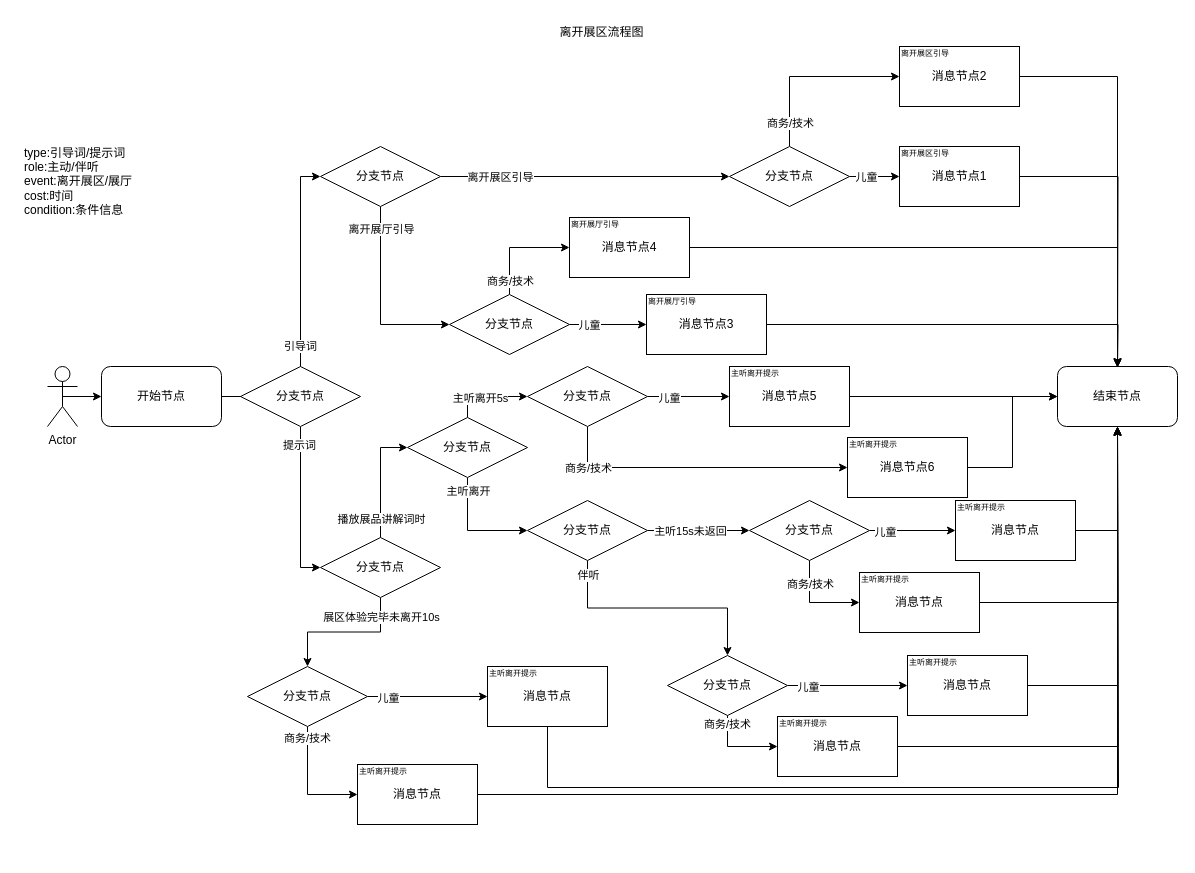
Earlier version of the draw.io diagram 8.离开展厅.drawio (huaxiaojilzg/workflow_draw). Source tidied: cells renumbered, new cells numbered last; positions are measured from the earlier drawing's top-left corner, leaving out a move shared by most shapes. Both pictures are drawn from the tidied source at 100%, with x=0, y=0 at pixel (22, 17).
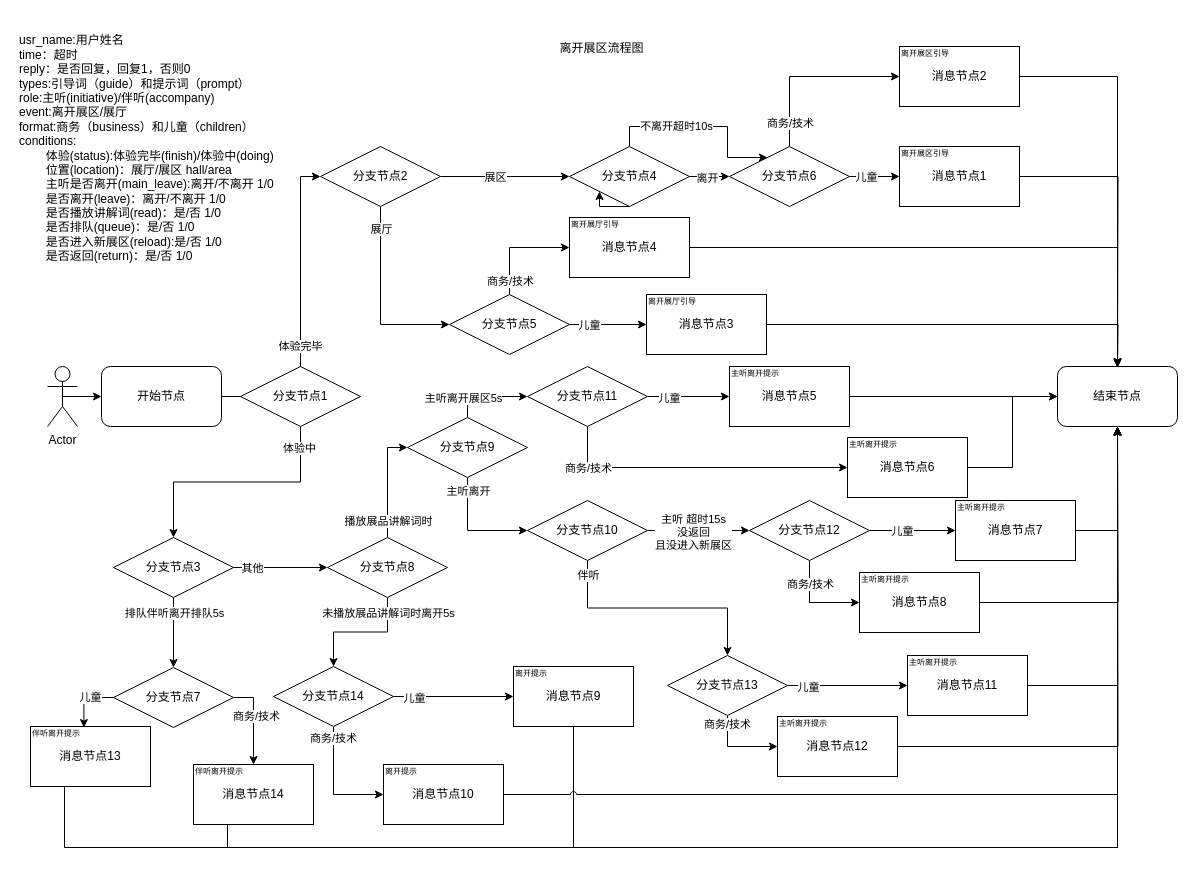
The same diagram, later.

Commit message:
更新8.离开展厅.drawio

The change refers to these unchanged cells:
```xml
<mxCell id="7" style="edgeStyle=orthogonalEdgeStyle;rounded=0;jettySize=auto;html=1;exitX=0.5;exitY=0;exitDx=0;exitDy=0;entryX=0;entryY=0.5;entryDx=0;entryDy=0;" parent="1" edge="1" source="11" target="39">
  <mxGeometry relative="1" as="geometry" />
</mxCell>
<mxCell id="35" style="edgeStyle=orthogonalEdgeStyle;rounded=0;jettySize=auto;html=1;exitX=0.5;exitY=1;exitDx=0;exitDy=0;entryX=0;entryY=0.5;entryDx=0;entryDy=0;" parent="1" edge="1" source="39" target="28">
  <mxGeometry relative="1" as="geometry" />
</mxCell>
<mxCell id="40" value="结束节点" style="rounded=1;whiteSpace=wrap;html=1;" parent="1" vertex="1">
  <mxGeometry x="1035" y="349" width="120" height="60" as="geometry" />
</mxCell>
<mxCell id="41" style="edgeStyle=orthogonalEdgeStyle;rounded=0;jettySize=auto;html=1;entryX=0;entryY=0.5;entryDx=0;entryDy=0;" parent="1" edge="1" source="45" target="50">
  <mxGeometry relative="1" as="geometry" />
</mxCell>
<mxCell id="59" style="edgeStyle=orthogonalEdgeStyle;rounded=0;jettySize=auto;html=1;exitX=0.5;exitY=1;exitDx=0;exitDy=0;entryX=0.5;entryY=0;entryDx=0;entryDy=0;" parent="1" edge="1" source="61" target="93">
  <mxGeometry relative="1" as="geometry" />
</mxCell>
<mxCell id="62" style="edgeStyle=orthogonalEdgeStyle;rounded=0;jettySize=auto;html=1;exitX=1;exitY=0.5;exitDx=0;exitDy=0;" parent="1" edge="1" source="66" target="82">
  <mxGeometry relative="1" as="geometry" />
</mxCell>
<mxCell id="78" style="edgeStyle=orthogonalEdgeStyle;rounded=0;jettySize=auto;html=1;exitX=1;exitY=0.5;exitDx=0;exitDy=0;entryX=0;entryY=0.5;entryDx=0;entryDy=0;" parent="1" edge="1" source="82" target="84">
  <mxGeometry relative="1" as="geometry" />
</mxCell>
```

Change to the diagram source:
```diff
@@
-    <mxCell id="6" value="type:引导词/提示词&lt;div&gt;role:主动/伴听&lt;/div&gt;&lt;div&gt;event:离开展区/展厅&lt;/div&gt;&lt;div&gt;cost:时间&lt;/div&gt;&lt;div&gt;condition:条件信息&lt;/div&gt;" style="text;html=1;align=left;verticalAlign=middle;strokeColor=none;fillColor=none;" parent="1" vertex="1">
-      <mxGeometry y="119" width="130" height="90" as="geometry" />
-    </mxCell>
@@
-    <mxCell id="8" value="引导词" style="edgeLabel;html=1;align=center;verticalAlign=middle;" parent="7" vertex="1">
+    <mxCell id="8" value="体验完毕" style="edgeLabel;html=1;align=center;verticalAlign=middle;" parent="7" vertex="1">
       <mxGeometry x="-0.8" y="1" relative="1" as="geometry" />
     </mxCell>
-    <mxCell id="9" style="edgeStyle=orthogonalEdgeStyle;rounded=0;jettySize=auto;html=1;exitX=0.5;exitY=1;exitDx=0;exitDy=0;entryX=0;entryY=0.5;entryDx=0;entryDy=0;" parent="1" edge="1" source="11" target="61">
+    <mxCell id="9" style="edgeStyle=orthogonalEdgeStyle;rounded=0;jettySize=auto;html=1;exitX=0.5;exitY=1;exitDx=0;exitDy=0;entryX=0.5;entryY=0;entryDx=0;entryDy=0;" parent="1" edge="1" source="11" target="102">
       <mxGeometry relative="1" as="geometry" />
     </mxCell>
-    <mxCell id="10" value="提示词" style="edgeLabel;html=1;align=center;verticalAlign=middle;" parent="9" vertex="1">
-      <mxGeometry x="-0.78" y="-2" relative="1" as="geometry" />
+    <mxCell id="10" value="体验中" style="edgeLabel;html=1;align=center;verticalAlign=middle;" parent="9" vertex="1">
+      <mxGeometry x="-0.78" y="-2" relative="1" as="geometry">
+        <mxPoint y="-5" as="offset" />
+      </mxGeometry>
     </mxCell>
-    <mxCell id="11" value="分支节点" style="rhombus;whiteSpace=wrap;html=1;" parent="1" vertex="1">
+    <mxCell id="11" value="分支节点1" style="rhombus;whiteSpace=wrap;html=1;" parent="1" vertex="1">
       <mxGeometry x="218" y="349" width="120" height="60" as="geometry" />
     </mxCell>
     <mxCell id="12" value="离开展区流程图" style="text;html=1;align=center;verticalAlign=middle;whiteSpace=wrap;rounded=0;" parent="1" vertex="1">
-      <mxGeometry x="447" width="265" height="30" as="geometry" />
+      <mxGeometry x="447" y="16" width="265" height="30" as="geometry" />
     </mxCell>
@@
-    <mxCell id="17" value="分支节点" style="rhombus;whiteSpace=wrap;html=1;" parent="1" vertex="1">
+    <mxCell id="17" value="分支节点6" style="rhombus;whiteSpace=wrap;html=1;" parent="1" vertex="1">
       <mxGeometry x="707" y="129" width="120" height="60" as="geometry" />
     </mxCell>
@@
-    <mxCell id="28" value="分支节点" style="rhombus;whiteSpace=wrap;html=1;" parent="1" vertex="1">
+    <mxCell id="28" value="分支节点5" style="rhombus;whiteSpace=wrap;html=1;" parent="1" vertex="1">
       <mxGeometry x="427" y="277" width="120" height="60" as="geometry" />
     </mxCell>
@@
-    <mxCell id="36" value="离开展厅引导" style="edgeLabel;html=1;align=center;verticalAlign=middle;" parent="35" vertex="1">
+    <mxCell id="36" value="展厅" style="edgeLabel;html=1;align=center;verticalAlign=middle;" parent="35" vertex="1">
       <mxGeometry x="-0.76" relative="1" as="geometry" />
     </mxCell>
-    <mxCell id="37" style="edgeStyle=orthogonalEdgeStyle;rounded=0;jettySize=auto;html=1;exitX=1;exitY=0.5;exitDx=0;exitDy=0;entryX=0;entryY=0.5;entryDx=0;entryDy=0;" parent="1" edge="1" source="39" target="17">
+    <mxCell id="37" style="edgeStyle=orthogonalEdgeStyle;rounded=0;jettySize=auto;html=1;exitX=1;exitY=0.5;exitDx=0;exitDy=0;entryX=0;entryY=0.5;entryDx=0;entryDy=0;" parent="1" edge="1" source="39" target="120">
       <mxGeometry relative="1" as="geometry" />
     </mxCell>
-    <mxCell id="38" value="离开展区引导" style="edgeLabel;html=1;align=center;verticalAlign=middle;" parent="37" vertex="1">
+    <mxCell id="38" value="展区" style="edgeLabel;html=1;align=center;verticalAlign=middle;" parent="37" vertex="1">
       <mxGeometry x="-0.93" relative="1" as="geometry">
         <mxPoint x="49" as="offset" />
       </mxGeometry>
     </mxCell>
-    <mxCell id="39" value="分支节点" style="rhombus;whiteSpace=wrap;html=1;" parent="1" vertex="1">
+    <mxCell id="39" value="分支节点2" style="rhombus;whiteSpace=wrap;html=1;" parent="1" vertex="1">
       <mxGeometry x="298" y="129" width="120" height="60" as="geometry" />
     </mxCell>
@@
-    <mxCell id="42" value="主听离开5s" style="edgeLabel;html=1;align=center;verticalAlign=middle;" parent="41" vertex="1">
+    <mxCell id="42" value="主听离开展区5s" style="edgeLabel;html=1;align=center;verticalAlign=middle;" parent="41" vertex="1">
       <mxGeometry x="-0.46" y="-1" relative="1" as="geometry">
-        <mxPoint x="11" as="offset" />
+        <mxPoint x="-6" as="offset" />
       </mxGeometry>
     </mxCell>
@@
-    <mxCell id="45" value="分支节点" style="rhombus;whiteSpace=wrap;html=1;" parent="1" vertex="1">
+    <mxCell id="45" value="分支节点9" style="rhombus;whiteSpace=wrap;html=1;" parent="1" vertex="1">
       <mxGeometry x="385" y="400" width="120" height="60" as="geometry" />
     </mxCell>
@@
-    <mxCell id="50" value="分支节点" style="rhombus;whiteSpace=wrap;html=1;" parent="1" vertex="1">
+    <mxCell id="50" value="分支节点11" style="rhombus;whiteSpace=wrap;html=1;" parent="1" vertex="1">
       <mxGeometry x="505" y="349" width="120" height="60" as="geometry" />
     </mxCell>
@@
-    <mxCell id="60" value="展区体验完毕未离开10s" style="edgeLabel;html=1;align=center;verticalAlign=middle;" parent="59" vertex="1">
-      <mxGeometry x="-0.69" relative="1" as="geometry">
-        <mxPoint y="-3" as="offset" />
-      </mxGeometry>
-    </mxCell>
+    <mxCell id="100" value="未播放展品讲解词时离开5s" style="edgeLabel;html=1;align=center;verticalAlign=middle;" parent="59" vertex="1">
+      <mxGeometry x="-0.77" y="1" relative="1" as="geometry">
+        <mxPoint x="-1" y="1" as="offset" />
+      </mxGeometry>
+    </mxCell>
-    <mxCell id="61" value="分支节点" style="rhombus;whiteSpace=wrap;html=1;" parent="1" vertex="1">
-      <mxGeometry x="298" y="520" width="120" height="60" as="geometry" />
+    <mxCell id="61" value="分支节点8" style="rhombus;whiteSpace=wrap;html=1;" parent="1" vertex="1">
+      <mxGeometry x="305" y="520" width="120" height="60" as="geometry" />
     </mxCell>
@@
-    <mxCell id="63" value="主听15s未返回" style="edgeLabel;html=1;align=center;verticalAlign=middle;" parent="62" vertex="1">
+    <mxCell id="63" value="主听 超时15s&lt;div&gt;没返回&lt;/div&gt;&lt;div&gt;且没进入新展区&lt;/div&gt;" style="edgeLabel;html=1;align=center;verticalAlign=middle;" parent="62" vertex="1">
       <mxGeometry x="-0.73" y="-1" relative="1" as="geometry">
-        <mxPoint x="28" y="-1" as="offset" />
+        <mxPoint x="31" as="offset" />
       </mxGeometry>
     </mxCell>
@@
-    <mxCell id="66" value="分支节点" style="rhombus;whiteSpace=wrap;html=1;" parent="1" vertex="1">
+    <mxCell id="66" value="分支节点10" style="rhombus;whiteSpace=wrap;html=1;" parent="1" vertex="1">
       <mxGeometry x="505" y="483" width="120" height="60" as="geometry" />
     </mxCell>
@@
-    <mxCell id="71" value="分支节点" style="rhombus;whiteSpace=wrap;html=1;" parent="1" vertex="1">
+    <mxCell id="71" value="分支节点13" style="rhombus;whiteSpace=wrap;html=1;" parent="1" vertex="1">
       <mxGeometry x="645" y="638" width="120" height="60" as="geometry" />
     </mxCell>
@@
-    <mxCell id="73" value="消息节点" style="rounded=0;whiteSpace=wrap;html=1;" parent="1" vertex="1">
+    <mxCell id="73" value="消息节点11" style="rounded=0;whiteSpace=wrap;html=1;" parent="1" vertex="1">
       <mxGeometry x="885" y="638" width="120" height="60" as="geometry" />
     </mxCell>
@@
-    <mxCell id="76" value="消息节点" style="rounded=0;whiteSpace=wrap;html=1;" parent="1" vertex="1">
+    <mxCell id="76" value="消息节点12" style="rounded=0;whiteSpace=wrap;html=1;" parent="1" vertex="1">
       <mxGeometry x="755" y="699" width="120" height="60" as="geometry" />
     </mxCell>
@@
     <mxCell id="79" value="儿童" style="edgeLabel;html=1;align=center;verticalAlign=middle;" parent="78" vertex="1">
-      <mxGeometry x="-0.66" y="-1" relative="1" as="geometry" />
+      <mxGeometry x="-0.66" y="-1" relative="1" as="geometry">
+        <mxPoint x="17" y="-1" as="offset" />
+      </mxGeometry>
     </mxCell>
@@
-    <mxCell id="82" value="分支节点" style="rhombus;whiteSpace=wrap;html=1;" parent="1" vertex="1">
+    <mxCell id="82" value="分支节点12" style="rhombus;whiteSpace=wrap;html=1;" parent="1" vertex="1">
       <mxGeometry x="727" y="483" width="120" height="60" as="geometry" />
     </mxCell>
@@
-    <mxCell id="84" value="消息节点" style="rounded=0;whiteSpace=wrap;html=1;" parent="1" vertex="1">
+    <mxCell id="84" value="消息节点7" style="rounded=0;whiteSpace=wrap;html=1;" parent="1" vertex="1">
       <mxGeometry x="933" y="483" width="120" height="60" as="geometry" />
     </mxCell>
@@
-    <mxCell id="87" value="消息节点" style="rounded=0;whiteSpace=wrap;html=1;" parent="1" vertex="1">
+    <mxCell id="87" value="消息节点8" style="rounded=0;whiteSpace=wrap;html=1;" parent="1" vertex="1">
       <mxGeometry x="837" y="555" width="120" height="60" as="geometry" />
     </mxCell>
@@
-    <mxCell id="93" value="分支节点" style="rhombus;whiteSpace=wrap;html=1;" parent="1" vertex="1">
-      <mxGeometry x="225" y="649" width="120" height="60" as="geometry" />
+    <mxCell id="93" value="分支节点14" style="rhombus;whiteSpace=wrap;html=1;" parent="1" vertex="1">
+      <mxGeometry x="251" y="649" width="120" height="60" as="geometry" />
     </mxCell>
-    <mxCell id="94" style="edgeStyle=orthogonalEdgeStyle;rounded=0;jettySize=auto;html=1;exitX=0.5;exitY=1;exitDx=0;exitDy=0;" parent="1" edge="1" source="95">
+    <mxCell id="94" style="edgeStyle=orthogonalEdgeStyle;rounded=0;jettySize=auto;html=1;exitX=0.5;exitY=1;exitDx=0;exitDy=0;jumpStyle=arc;" parent="1" edge="1" source="95">
       <mxGeometry relative="1" as="geometry">
         <mxPoint x="1095" y="410" as="targetPoint" />
         <Array as="points">
-          <mxPoint x="525" y="770" />
-          <mxPoint x="1096" y="770" />
-          <mxPoint x="1096" y="410" />
+          <mxPoint x="525" y="830" />
+          <mxPoint x="1096" y="830" />
         </Array>
       </mxGeometry>
     </mxCell>
-    <mxCell id="95" value="消息节点" style="rounded=0;whiteSpace=wrap;html=1;" parent="1" vertex="1">
-      <mxGeometry x="465" y="649" width="120" height="60" as="geometry" />
+    <mxCell id="95" value="消息节点9" style="rounded=0;whiteSpace=wrap;html=1;" parent="1" vertex="1">
+      <mxGeometry x="491" y="649" width="120" height="60" as="geometry" />
     </mxCell>
-    <mxCell id="96" value="&lt;span style=&quot;font-size: 8px;&quot;&gt;主听离开提示&lt;/span&gt;" style="text;html=1;align=left;verticalAlign=middle;whiteSpace=wrap;rounded=0;" parent="1" vertex="1">
-      <mxGeometry x="465" y="649" width="70" height="11" as="geometry" />
+    <mxCell id="96" value="&lt;span style=&quot;font-size: 8px;&quot;&gt;离开提示&lt;/span&gt;" style="text;html=1;align=left;verticalAlign=middle;whiteSpace=wrap;rounded=0;" parent="1" vertex="1">
+      <mxGeometry x="491" y="649" width="70" height="11" as="geometry" />
     </mxCell>
-    <mxCell id="97" style="edgeStyle=orthogonalEdgeStyle;rounded=0;jettySize=auto;html=1;exitX=1;exitY=0.5;exitDx=0;exitDy=0;entryX=0.5;entryY=1;entryDx=0;entryDy=0;" parent="1" edge="1" source="98" target="40">
-      <mxGeometry relative="1" as="geometry" />
+    <mxCell id="97" style="edgeStyle=orthogonalEdgeStyle;rounded=0;jettySize=auto;html=1;exitX=1;exitY=0.5;exitDx=0;exitDy=0;entryX=0.5;entryY=1;entryDx=0;entryDy=0;jumpStyle=arc;" parent="1" edge="1" source="98" target="40">
+      <mxGeometry relative="1" as="geometry">
+        <Array as="points">
+          <mxPoint x="1095" y="777" />
+        </Array>
+      </mxGeometry>
     </mxCell>
-    <mxCell id="98" value="消息节点" style="rounded=0;whiteSpace=wrap;html=1;" parent="1" vertex="1">
-      <mxGeometry x="335" y="747" width="120" height="60" as="geometry" />
+    <mxCell id="98" value="消息节点10" style="rounded=0;whiteSpace=wrap;html=1;" parent="1" vertex="1">
+      <mxGeometry x="361" y="747" width="120" height="60" as="geometry" />
     </mxCell>
-    <mxCell id="99" value="&lt;font style=&quot;font-size: 8px;&quot;&gt;主听离开提示&lt;/font&gt;" style="text;html=1;align=left;verticalAlign=middle;whiteSpace=wrap;rounded=0;" parent="1" vertex="1">
-      <mxGeometry x="335" y="747" width="70" height="11" as="geometry" />
+    <mxCell id="99" value="&lt;font style=&quot;font-size: 8px;&quot;&gt;离开提示&lt;/font&gt;" style="text;html=1;align=left;verticalAlign=middle;whiteSpace=wrap;rounded=0;" parent="1" vertex="1">
+      <mxGeometry x="361" y="747" width="70" height="11" as="geometry" />
     </mxCell>
+    <mxCell id="101" value="&lt;div&gt;usr_name:用户姓名&lt;/div&gt;&lt;div&gt;time：超时&lt;/div&gt;&lt;div&gt;reply：是否回复，回复1，否则0&lt;/div&gt;types:引导词（guide）和提示词（prompt）&lt;div&gt;role:主听(initiative)/伴听(accompany)&lt;/div&gt;&lt;div&gt;event:离开展区/展厅&lt;/div&gt;&lt;div&gt;format:商务（business）和儿童（children）&lt;br&gt;conditions:&lt;/div&gt;&lt;div&gt;&lt;span style=&quot;white-space: pre;&quot;&gt;&#9;&lt;/span&gt;体验(status):体验完毕(finish)/体验中(doing)&lt;/div&gt;&lt;div&gt;&lt;span style=&quot;white-space: pre;&quot;&gt;&#9;&lt;/span&gt;位置(location)：展厅/展区 hall/area&lt;br&gt;&lt;/div&gt;&lt;div&gt;&lt;span style=&quot;white-space: pre;&quot;&gt;&#9;&lt;/span&gt;主听是否离开(main_leave):&lt;span style=&quot;background-color: transparent; color: light-dark(rgb(0, 0, 0), rgb(255, 255, 255));&quot;&gt;离开/不离开 1/0&lt;/span&gt;&lt;br&gt;&lt;/div&gt;&lt;div&gt;&lt;span style=&quot;white-space: pre;&quot;&gt;&#9;&lt;/span&gt;是否离开(leave)：离开/不离开 1/0&lt;br&gt;&lt;/div&gt;&lt;div&gt;&lt;span style=&quot;white-space: pre;&quot;&gt;&#9;&lt;/span&gt;是否播放讲解词(read)：是/否 1/0&lt;br&gt;&lt;/div&gt;&lt;div&gt;&lt;span style=&quot;white-space: pre;&quot;&gt;&#9;&lt;/span&gt;是否排队(queue)：是/否 1/0&lt;br&gt;&lt;/div&gt;&lt;div&gt;&lt;span style=&quot;white-space: pre;&quot;&gt;&#9;&lt;/span&gt;是否进入新展区(reload):是/否 1/0&lt;br&gt;&lt;/div&gt;&lt;div&gt;&lt;span style=&quot;white-space: pre;&quot;&gt;&#9;&lt;/span&gt;是否返回(return)：是/否 1/0&lt;br&gt;&lt;/div&gt;" style="text;html=1;align=left;verticalAlign=middle;strokeColor=none;fillColor=none;" parent="1" vertex="1">
+      <mxGeometry x="-5" y="11" width="280" height="240" as="geometry" />
+    </mxCell>
+    <mxCell id="102" value="分支节点3" style="rhombus;whiteSpace=wrap;html=1;" parent="1" vertex="1">
+      <mxGeometry x="91" y="520" width="120" height="60" as="geometry" />
+    </mxCell>
+    <mxCell id="103" style="edgeStyle=orthogonalEdgeStyle;rounded=0;jettySize=auto;html=1;exitX=1;exitY=0.5;exitDx=0;exitDy=0;entryX=0;entryY=0.5;entryDx=0;entryDy=0;" parent="1" edge="1" source="102" target="61">
+      <mxGeometry relative="1" as="geometry" />
+    </mxCell>
+    <mxCell id="104" value="其他" style="edgeLabel;html=1;align=center;verticalAlign=middle;" parent="103" vertex="1">
+      <mxGeometry x="-0.61" relative="1" as="geometry" />
+    </mxCell>
+    <mxCell id="105" style="edgeStyle=orthogonalEdgeStyle;rounded=0;jettySize=auto;html=1;exitX=0.5;exitY=1;exitDx=0;exitDy=0;entryX=0.5;entryY=0;entryDx=0;entryDy=0;" parent="1" edge="1" source="102" target="112">
+      <mxGeometry relative="1" as="geometry" />
+    </mxCell>
+    <mxCell id="106" style="edgeStyle=orthogonalEdgeStyle;rounded=0;jettySize=auto;html=1;exitX=0.5;exitY=1;exitDx=0;exitDy=0;entryX=0.5;entryY=1;entryDx=0;entryDy=0;" parent="1" edge="1" source="107" target="40">
+      <mxGeometry relative="1" as="geometry">
+        <Array as="points">
+          <mxPoint x="205" y="830" />
+          <mxPoint x="1095" y="830" />
+        </Array>
+      </mxGeometry>
+    </mxCell>
+    <mxCell id="107" value="消息节点14" style="rounded=0;whiteSpace=wrap;html=1;" parent="1" vertex="1">
+      <mxGeometry x="171" y="747" width="120" height="60" as="geometry" />
+    </mxCell>
+    <mxCell id="108" value="&lt;span style=&quot;font-size: 8px;&quot;&gt;伴听离开提示&lt;/span&gt;" style="text;html=1;align=left;verticalAlign=middle;whiteSpace=wrap;rounded=0;" parent="1" vertex="1">
+      <mxGeometry x="171" y="747" width="70" height="11" as="geometry" />
+    </mxCell>
+    <mxCell id="109" value="排队伴听离开排队5s" style="edgeLabel;html=1;align=center;verticalAlign=middle;" parent="1" vertex="1">
+      <mxGeometry x="151" y="595" as="geometry" />
+    </mxCell>
+    <mxCell id="110" style="edgeStyle=orthogonalEdgeStyle;rounded=0;jettySize=auto;html=1;exitX=1;exitY=0.5;exitDx=0;exitDy=0;entryX=0.5;entryY=0;entryDx=0;entryDy=0;" parent="1" edge="1" source="112" target="107">
+      <mxGeometry relative="1" as="geometry" />
+    </mxCell>
+    <mxCell id="111" value="商务/技术" style="edgeLabel;html=1;align=center;verticalAlign=middle;" parent="110" vertex="1">
+      <mxGeometry x="-0.13" y="2" relative="1" as="geometry" />
+    </mxCell>
+    <mxCell id="112" value="分支节点7" style="rhombus;whiteSpace=wrap;html=1;" parent="1" vertex="1">
+      <mxGeometry x="91" y="650" width="120" height="60" as="geometry" />
+    </mxCell>
+    <mxCell id="113" style="edgeStyle=orthogonalEdgeStyle;rounded=0;jettySize=auto;html=1;entryX=0.5;entryY=1;entryDx=0;entryDy=0;exitX=0.5;exitY=1;exitDx=0;exitDy=0;" parent="1" edge="1" source="114" target="40">
+      <mxGeometry relative="1" as="geometry">
+        <Array as="points">
+          <mxPoint x="42" y="830" />
+          <mxPoint x="1095" y="830" />
+        </Array>
+      </mxGeometry>
+    </mxCell>
+    <mxCell id="114" value="消息节点13" style="rounded=0;whiteSpace=wrap;html=1;" parent="1" vertex="1">
+      <mxGeometry x="8" y="709" width="120" height="60" as="geometry" />
+    </mxCell>
+    <mxCell id="115" style="edgeStyle=orthogonalEdgeStyle;rounded=0;jettySize=auto;html=1;exitX=0;exitY=0.5;exitDx=0;exitDy=0;entryX=0.445;entryY=0.017;entryDx=0;entryDy=0;entryPerimeter=0;" parent="1" edge="1" source="112" target="114">
+      <mxGeometry relative="1" as="geometry" />
+    </mxCell>
+    <mxCell id="116" value="儿童" style="edgeLabel;html=1;align=center;verticalAlign=middle;" parent="115" vertex="1">
+      <mxGeometry x="-0.34" y="-3" relative="1" as="geometry">
+        <mxPoint x="-4" y="2" as="offset" />
+      </mxGeometry>
+    </mxCell>
+    <mxCell id="117" value="&lt;span style=&quot;font-size: 8px;&quot;&gt;伴听离开提示&lt;/span&gt;" style="text;html=1;align=left;verticalAlign=middle;whiteSpace=wrap;rounded=0;" parent="1" vertex="1">
+      <mxGeometry x="8" y="709" width="70" height="11" as="geometry" />
+    </mxCell>
+    <mxCell id="118" style="edgeStyle=orthogonalEdgeStyle;rounded=0;jettySize=auto;html=1;exitX=0.5;exitY=0;exitDx=0;exitDy=0;" parent="1" edge="1" source="120" target="17">
+      <mxGeometry relative="1" as="geometry">
+        <Array as="points">
+          <mxPoint x="607" y="109" />
+          <mxPoint x="705" y="109" />
+          <mxPoint x="705" y="140" />
+        </Array>
+      </mxGeometry>
+    </mxCell>
+    <mxCell id="119" value="不离开超时10s" style="edgeLabel;html=1;align=center;verticalAlign=middle;" parent="118" vertex="1">
+      <mxGeometry x="-0.3" y="1" relative="1" as="geometry" />
+    </mxCell>
+    <mxCell id="120" value="分支节点4" style="rhombus;whiteSpace=wrap;html=1;" parent="1" vertex="1">
+      <mxGeometry x="547" y="129" width="120" height="60" as="geometry" />
+    </mxCell>
+    <mxCell id="121" style="edgeStyle=orthogonalEdgeStyle;rounded=0;jettySize=auto;html=1;exitX=1;exitY=0.5;exitDx=0;exitDy=0;entryX=0;entryY=0.5;entryDx=0;entryDy=0;" parent="1" edge="1" source="120" target="17">
+      <mxGeometry relative="1" as="geometry" />
+    </mxCell>
+    <mxCell id="122" value="离开" style="edgeLabel;html=1;align=center;verticalAlign=middle;" parent="121" vertex="1">
+      <mxGeometry x="0.11" y="-1" relative="1" as="geometry">
+        <mxPoint x="-5" as="offset" />
+      </mxGeometry>
+    </mxCell>
+    <mxCell id="123" style="edgeStyle=orthogonalEdgeStyle;rounded=0;orthogonalLoop=1;jettySize=auto;html=1;exitX=0.5;exitY=1;exitDx=0;exitDy=0;entryX=0;entryY=1;entryDx=0;entryDy=0;" parent="1" edge="1" source="120" target="120">
+      <mxGeometry relative="1" as="geometry" />
+    </mxCell>
```
